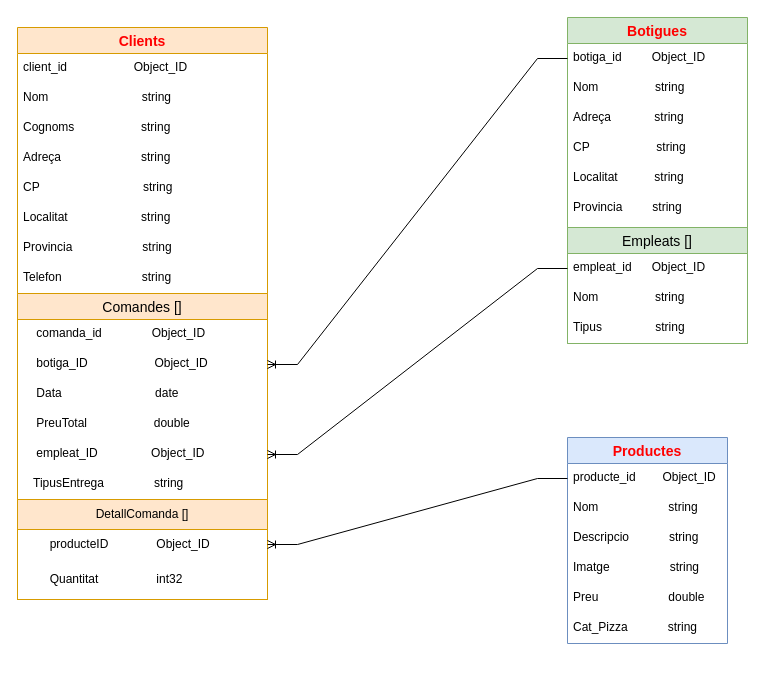
Before: MongoDB/Entrega 2.3 - Estructures/pizzeria_tomas/DiagramPizzeria.drawio in tomsanmul/Sprint2, a draw.io diagram. Source tidied: cells renumbered, new cells numbered last; positions are measured from the earlier drawing's top-left corner, leaving out a move shared by most shapes. Both pictures are drawn from the tidied source at 100%, with x=0, y=0 at pixel (17, 17).
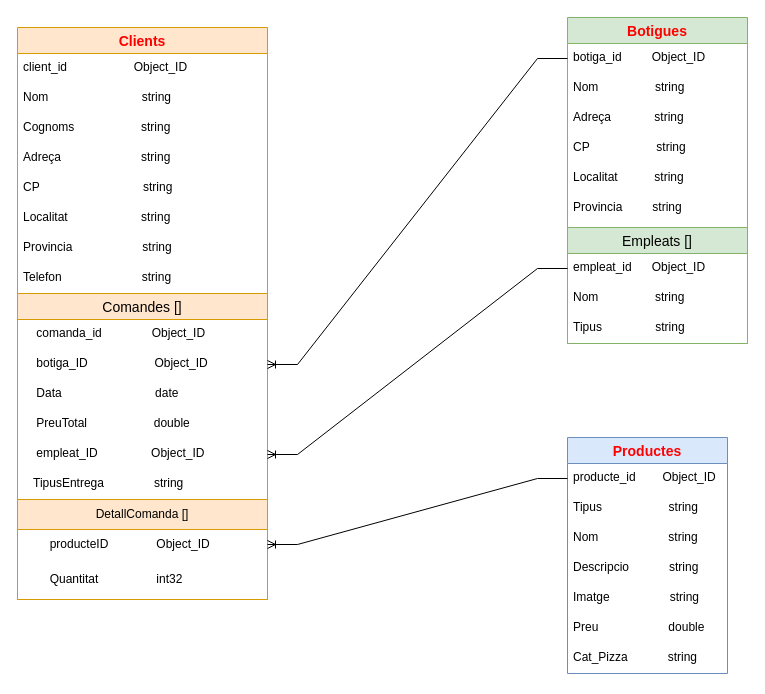
The same page after the edit.

Diff of the diagram source:
```diff
@@
     <mxCell id="32" value="Productes" style="swimlane;fontStyle=1;horizontal=1;startSize=26;align=center;fontSize=14;fillColor=#dae8fc;strokeColor=#6c8ebf;fontColor=#FF0000;" parent="1" vertex="1">
-      <mxGeometry x="550" y="420" width="160" height="206" as="geometry" />
+      <mxGeometry x="550" y="420" width="160" height="236" as="geometry" />
     </mxCell>
@@
-    <mxCell id="34" value="Nom                     string" style="text;strokeColor=none;fillColor=none;spacingLeft=4;spacingRight=4;overflow=hidden;fontSize=12;" parent="32" vertex="1">
+    <mxCell id="34" value="Tipus                    string" style="text;strokeColor=none;fillColor=none;spacingLeft=4;spacingRight=4;overflow=hidden;fontSize=12;" parent="32" vertex="1">
       <mxGeometry y="56" width="160" height="30" as="geometry" />
     </mxCell>
+    <mxCell id="42" value="Nom                     string" style="text;strokeColor=none;fillColor=none;spacingLeft=4;spacingRight=4;overflow=hidden;fontSize=12;" parent="32" vertex="1">
+      <mxGeometry y="86" width="160" height="30" as="geometry" />
+    </mxCell>
     <mxCell id="35" value="Descripcio            string&#10;    &#10;" style="text;strokeColor=none;fillColor=none;spacingLeft=4;spacingRight=4;overflow=hidden;fontSize=12;" parent="32" vertex="1">
-      <mxGeometry y="86" width="160" height="30" as="geometry" />
+      <mxGeometry y="116" width="160" height="30" as="geometry" />
     </mxCell>
     <mxCell id="36" value="Imatge                  string" style="text;strokeColor=none;fillColor=none;spacingLeft=4;spacingRight=4;overflow=hidden;fontSize=12;" parent="32" vertex="1">
-      <mxGeometry y="116" width="160" height="30" as="geometry" />
+      <mxGeometry y="146" width="160" height="30" as="geometry" />
     </mxCell>
     <mxCell id="37" value="Preu                     double" style="text;strokeColor=none;fillColor=none;spacingLeft=4;spacingRight=4;overflow=hidden;fontSize=12;" parent="32" vertex="1">
-      <mxGeometry y="146" width="160" height="30" as="geometry" />
+      <mxGeometry y="176" width="160" height="30" as="geometry" />
     </mxCell>
     <mxCell id="38" value="Cat_Pizza            string" style="text;strokeColor=none;fillColor=none;spacingLeft=4;spacingRight=4;overflow=hidden;fontSize=12;" parent="32" vertex="1">
-      <mxGeometry y="176" width="160" height="30" as="geometry" />
+      <mxGeometry y="206" width="160" height="30" as="geometry" />
     </mxCell>
```
